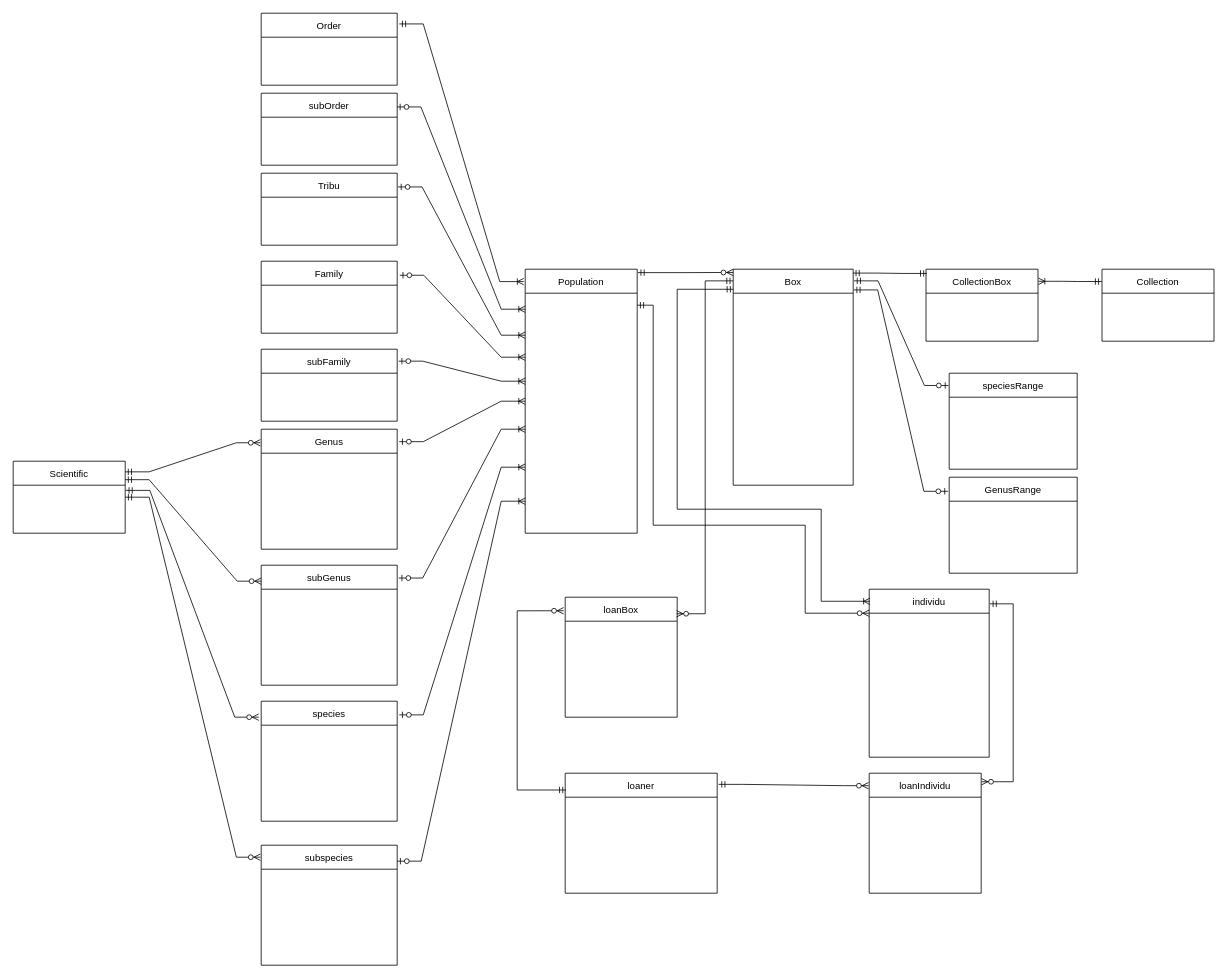
Earlier version of the draw.io diagram page "Conceptual" (3 of 3) of Diagramme/physical.drawio (Simon13411/Memoire). Source tidied: cells renumbered, new cells numbered last; positions are measured from the earlier drawing's top-left corner, leaving out a move shared by most shapes. Both pictures are drawn from the tidied source at 80%, with x=0, y=0 at pixel (13, 13).
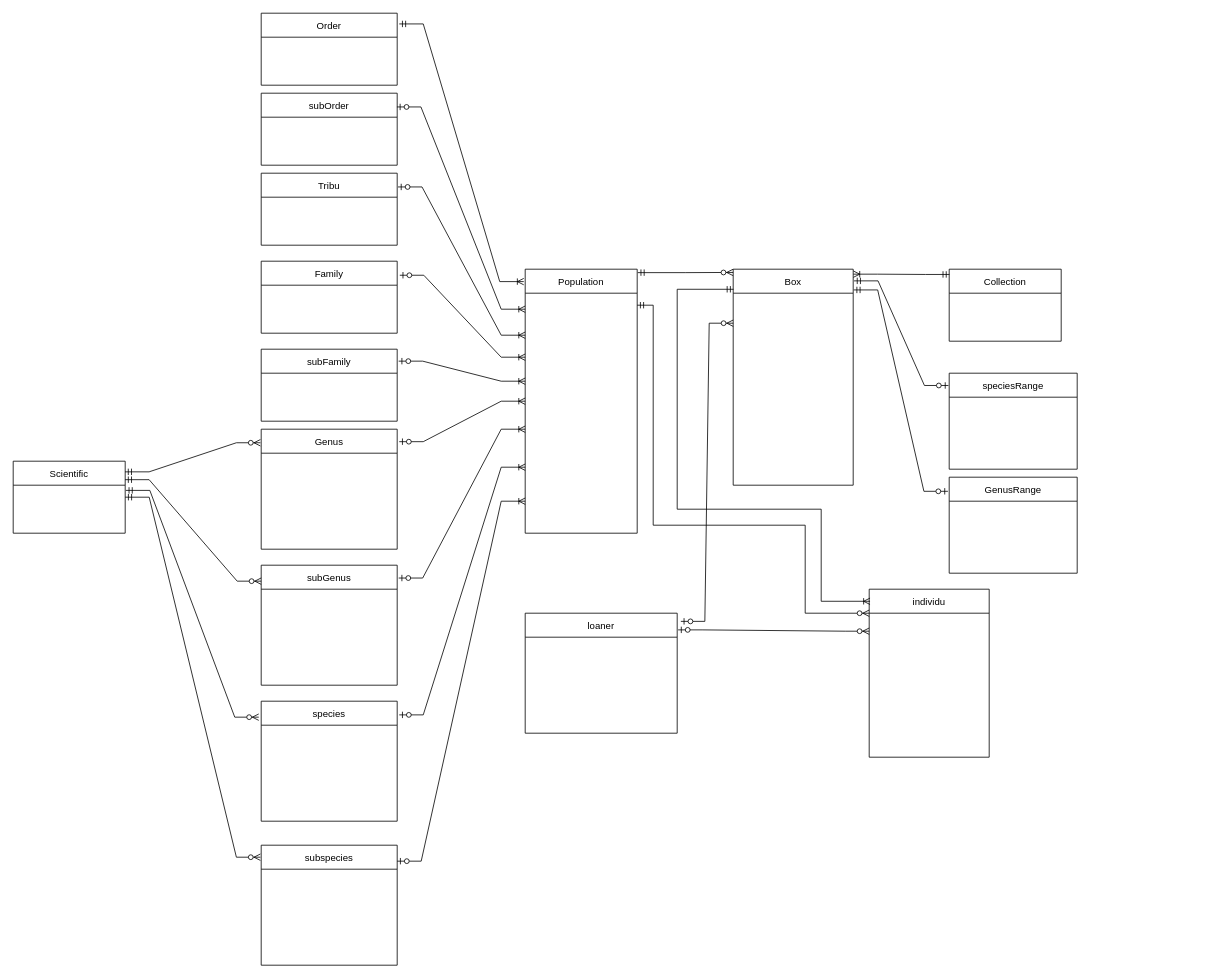
Above is the later version.

Unchanged cells that the change refers to:
```xml
<mxCell id="5" value="individu" style="swimlane;fontStyle=0;horizontal=1;startSize=30;" parent="1" vertex="1">
  <mxGeometry x="1070" y="720" width="150" height="210" as="geometry" />
</mxCell>
<mxCell id="6" value="Box" style="swimlane;fontStyle=0;horizontal=1;startSize=30;" parent="1" vertex="1">
  <mxGeometry x="900" y="320" width="150" height="270" as="geometry" />
</mxCell>
```

Diff of the diagram source:
```diff
@@
     <mxCell id="7" value="Collection" style="swimlane;fontStyle=0;horizontal=1;startSize=30;" parent="1" vertex="1">
-      <mxGeometry x="1361" y="320" width="140" height="90" as="geometry" />
+      <mxGeometry x="1170" y="320" width="140" height="90" as="geometry" />
     </mxCell>
-    <mxCell id="8" value="loanBox" style="swimlane;fontStyle=0;horizontal=1;startSize=30;" parent="1" vertex="1">
-      <mxGeometry x="690" y="730" width="140" height="150" as="geometry" />
-    </mxCell>
@@
-    <mxCell id="10" value="CollectionBox" style="swimlane;fontStyle=0;horizontal=1;startSize=30;" parent="1" vertex="1">
-      <mxGeometry x="1141" y="320" width="140" height="90" as="geometry" />
-    </mxCell>
@@
     <mxCell id="17" value="loaner" style="swimlane;fontStyle=0;horizontal=1;startSize=30;" parent="1" vertex="1">
-      <mxGeometry x="690" y="950" width="190" height="150" as="geometry" />
+      <mxGeometry x="640" y="750" width="190" height="150" as="geometry" />
     </mxCell>
-    <mxCell id="18" value="loanIndividu" style="swimlane;fontStyle=0;horizontal=1;startSize=30;" parent="1" vertex="1">
-      <mxGeometry x="1070" y="950" width="140" height="150" as="geometry" />
-    </mxCell>
@@
-    <mxCell id="23" style="edgeStyle=elbowEdgeStyle;fontSize=12;html=1;endArrow=ERzeroToMany;startArrow=ERmandOne;rounded=0;exitX=0;exitY=0.054;exitDx=0;exitDy=0;entryX=0.994;entryY=0.138;entryDx=0;entryDy=0;entryPerimeter=0;exitPerimeter=0;" parent="1" edge="1" source="6" target="8">
-      <mxGeometry relative="1" as="geometry" />
-    </mxCell>
-    <mxCell id="24" style="edgeStyle=orthogonalEdgeStyle;fontSize=12;html=1;endArrow=ERzeroToMany;startArrow=ERmandOne;rounded=0;exitX=1.006;exitY=0.087;exitDx=0;exitDy=0;exitPerimeter=0;entryX=1.002;entryY=0.071;entryDx=0;entryDy=0;entryPerimeter=0;" parent="1" edge="1" source="5" target="18">
-      <mxGeometry relative="1" as="geometry">
-        <Array as="points">
-          <mxPoint x="1250" y="738" />
-          <mxPoint x="1250" y="960" />
-          <mxPoint x="1210" y="960" />
-        </Array>
-      </mxGeometry>
-    </mxCell>
@@
-    <mxCell id="34" style="edgeStyle=entityRelationEdgeStyle;fontSize=12;html=1;endArrow=ERoneToMany;startArrow=ERmandOne;rounded=0;exitX=-0.002;exitY=0.171;exitDx=0;exitDy=0;entryX=1.004;entryY=0.168;entryDx=0;entryDy=0;exitPerimeter=0;entryPerimeter=0;" parent="1" edge="1" source="7" target="10">
+    <mxCell id="34" style="edgeStyle=entityRelationEdgeStyle;fontSize=12;html=1;endArrow=ERoneToMany;startArrow=ERmandOne;rounded=0;entryX=1.001;entryY=0.023;entryDx=0;entryDy=0;entryPerimeter=0;exitX=0.002;exitY=0.073;exitDx=0;exitDy=0;exitPerimeter=0;" parent="1" edge="1" source="7" target="6">
       <mxGeometry relative="1" as="geometry" />
     </mxCell>
-    <mxCell id="35" style="edgeStyle=entityRelationEdgeStyle;fontSize=12;html=1;endArrow=ERmandOne;startArrow=ERmandOne;rounded=0;exitX=0.997;exitY=0.018;exitDx=0;exitDy=0;exitPerimeter=0;entryX=0.008;entryY=0.059;entryDx=0;entryDy=0;entryPerimeter=0;" parent="1" edge="1" source="6" target="10">
-      <mxGeometry relative="1" as="geometry" />
-    </mxCell>
@@
-    <mxCell id="37" style="edgeStyle=entityRelationEdgeStyle;fontSize=12;html=1;endArrow=ERzeroToMany;startArrow=ERmandOne;rounded=0;exitX=1.009;exitY=0.093;exitDx=0;exitDy=0;entryX=-0.006;entryY=0.104;entryDx=0;entryDy=0;exitPerimeter=0;entryPerimeter=0;" parent="1" edge="1" source="17" target="18">
-      <mxGeometry relative="1" as="geometry" />
-    </mxCell>
-    <mxCell id="38" style="edgeStyle=orthogonalEdgeStyle;fontSize=12;html=1;endArrow=ERzeroToMany;startArrow=ERmandOne;rounded=0;exitX=0.005;exitY=0.14;exitDx=0;exitDy=0;entryX=-0.014;entryY=0.113;entryDx=0;entryDy=0;exitPerimeter=0;entryPerimeter=0;" parent="1" edge="1" source="17" target="8">
-      <mxGeometry relative="1" as="geometry">
-        <Array as="points">
-          <mxPoint x="630" y="971" />
-          <mxPoint x="630" y="747" />
-        </Array>
-      </mxGeometry>
-    </mxCell>
@@
+    <mxCell id="46" style="edgeStyle=entityRelationEdgeStyle;fontSize=12;html=1;endArrow=ERzeroToMany;startArrow=ERzeroToOne;rounded=0;entryX=0;entryY=0.25;entryDx=0;entryDy=0;exitX=1.006;exitY=0.139;exitDx=0;exitDy=0;exitPerimeter=0;" parent="1" edge="1" source="17" target="5">
+      <mxGeometry relative="1" as="geometry" />
+    </mxCell>
+    <mxCell id="47" style="edgeStyle=entityRelationEdgeStyle;fontSize=12;html=1;endArrow=ERzeroToMany;startArrow=ERzeroToOne;rounded=0;exitX=1.024;exitY=0.068;exitDx=0;exitDy=0;exitPerimeter=0;entryX=0;entryY=0.25;entryDx=0;entryDy=0;" parent="1" edge="1" source="17" target="6">
+      <mxGeometry relative="1" as="geometry" />
+    </mxCell>
```
